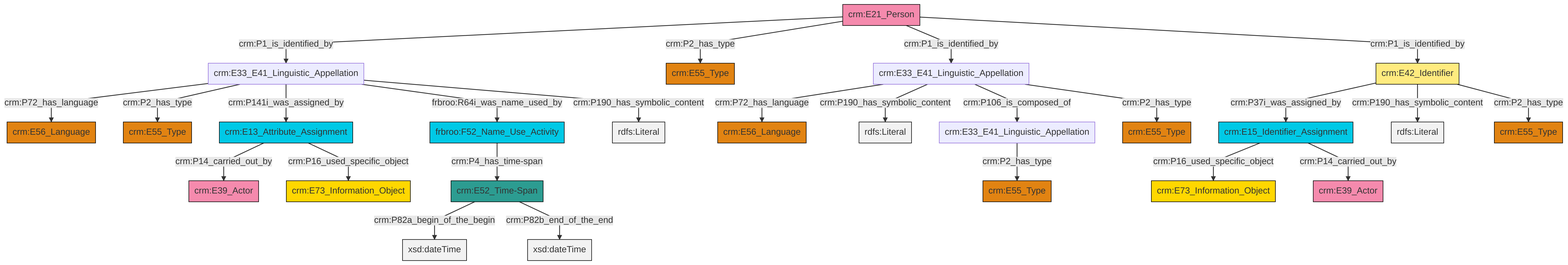
This is et/personCSV/ttl/mmd/png/Person_Names_and_Classification.png from swiss-art-research-net/reference-data-models, a Mermaid export, as it was before one commit. Its source is kept beside it as et/personCSV/ttl/mmd/Person_Names_and_Classification.ttl.mmd. The source it was exported from:
```mermaid
graph TD
classDef Literal fill:#f2f2f2,stroke:#000000;
classDef CRM_Entity fill:#FFFFFF,stroke:#000000;
classDef Temporal_Entity fill:#00C9E6, stroke:#000000;
classDef Type fill:#E18312, stroke:#000000;
classDef Time-Span fill:#2C9C91, stroke:#000000;
classDef Appellation fill:#FFEB7F, stroke:#000000;
classDef Place fill:#008836, stroke:#000000;
classDef Persistent_Item fill:#B266B2, stroke:#000000;
classDef Conceptual_Object fill:#FFD700, stroke:#000000;
classDef Physical_Thing fill:#D2B48C, stroke:#000000;
classDef Actor fill:#f58aad, stroke:#000000;
classDef PC_Classes fill:#4ce600, stroke:#000000;
classDef Multi fill:#cccccc,stroke:#000000;

2["crm:E33_E41_Linguistic_Appellation"]:::Default -->|crm:P72_has_language| 3["crm:E56_Language"]:::Type
2["crm:E33_E41_Linguistic_Appellation"]:::Default -->|crm:P190_has_symbolic_content| 6[rdfs:Literal]:::Literal
2["crm:E33_E41_Linguistic_Appellation"]:::Default -->|crm:P106_is_composed_of| 7["crm:E33_E41_Linguistic_Appellation"]:::Default
4["crm:E33_E41_Linguistic_Appellation"]:::Default -->|crm:P72_has_language| 13["crm:E56_Language"]:::Type
4["crm:E33_E41_Linguistic_Appellation"]:::Default -->|crm:P2_has_type| 14["crm:E55_Type"]:::Type
4["crm:E33_E41_Linguistic_Appellation"]:::Default -->|crm:P141i_was_assigned_by| 19["crm:E13_Attribute_Assignment"]:::Temporal_Entity
0["crm:E15_Identifier_Assignment"]:::Temporal_Entity -->|crm:P16_used_specific_object| 17["crm:E73_Information_Object"]:::Conceptual_Object
19["crm:E13_Attribute_Assignment"]:::Temporal_Entity -->|crm:P14_carried_out_by| 25["crm:E39_Actor"]:::Actor
19["crm:E13_Attribute_Assignment"]:::Temporal_Entity -->|crm:P16_used_specific_object| 26["crm:E73_Information_Object"]:::Conceptual_Object
27["crm:E42_Identifier"]:::Appellation -->|crm:P37i_was_assigned_by| 0["crm:E15_Identifier_Assignment"]:::Temporal_Entity
21["crm:E21_Person"]:::Actor -->|crm:P1_is_identified_by| 4["crm:E33_E41_Linguistic_Appellation"]:::Default
15["frbroo:F52_Name_Use_Activity"]:::Temporal_Entity -->|crm:P4_has_time-span| 29["crm:E52_Time-Span"]:::Time-Span
27["crm:E42_Identifier"]:::Appellation -->|crm:P190_has_symbolic_content| 30[rdfs:Literal]:::Literal
27["crm:E42_Identifier"]:::Appellation -->|crm:P2_has_type| 32["crm:E55_Type"]:::Type
21["crm:E21_Person"]:::Actor -->|crm:P2_has_type| 9["crm:E55_Type"]:::Type
4["crm:E33_E41_Linguistic_Appellation"]:::Default -->|frbroo:R64i_was_name_used_by| 15["frbroo:F52_Name_Use_Activity"]:::Temporal_Entity
21["crm:E21_Person"]:::Actor -->|crm:P1_is_identified_by| 2["crm:E33_E41_Linguistic_Appellation"]:::Default
29["crm:E52_Time-Span"]:::Time-Span -->|crm:P82a_begin_of_the_begin| 37[xsd:dateTime]:::Literal
7["crm:E33_E41_Linguistic_Appellation"]:::Default -->|crm:P2_has_type| 11["crm:E55_Type"]:::Type
21["crm:E21_Person"]:::Actor -->|crm:P1_is_identified_by| 27["crm:E42_Identifier"]:::Appellation
4["crm:E33_E41_Linguistic_Appellation"]:::Default -->|crm:P190_has_symbolic_content| 44[rdfs:Literal]:::Literal
2["crm:E33_E41_Linguistic_Appellation"]:::Default -->|crm:P2_has_type| 23["crm:E55_Type"]:::Type
29["crm:E52_Time-Span"]:::Time-Span -->|crm:P82b_end_of_the_end| 46[xsd:dateTime]:::Literal
0["crm:E15_Identifier_Assignment"]:::Temporal_Entity -->|crm:P14_carried_out_by| 40["crm:E39_Actor"]:::Actor
```
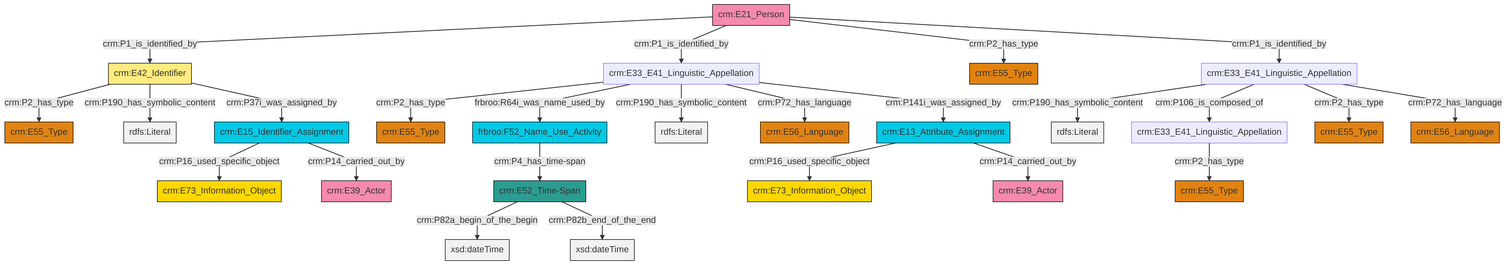
Above is the later version.

The edit, as a diff of the source:
```diff
@@ -13,27 +13,27 @@
 classDef PC_Classes fill:#4ce600, stroke:#000000;
 classDef Multi fill:#cccccc,stroke:#000000;
 
-2["crm:E33_E41_Linguistic_Appellation"]:::Default -->|crm:P72_has_language| 3["crm:E56_Language"]:::Type
-2["crm:E33_E41_Linguistic_Appellation"]:::Default -->|crm:P190_has_symbolic_content| 6[rdfs:Literal]:::Literal
-2["crm:E33_E41_Linguistic_Appellation"]:::Default -->|crm:P106_is_composed_of| 7["crm:E33_E41_Linguistic_Appellation"]:::Default
-4["crm:E33_E41_Linguistic_Appellation"]:::Default -->|crm:P72_has_language| 13["crm:E56_Language"]:::Type
-4["crm:E33_E41_Linguistic_Appellation"]:::Default -->|crm:P2_has_type| 14["crm:E55_Type"]:::Type
-4["crm:E33_E41_Linguistic_Appellation"]:::Default -->|crm:P141i_was_assigned_by| 19["crm:E13_Attribute_Assignment"]:::Temporal_Entity
-0["crm:E15_Identifier_Assignment"]:::Temporal_Entity -->|crm:P16_used_specific_object| 17["crm:E73_Information_Object"]:::Conceptual_Object
-19["crm:E13_Attribute_Assignment"]:::Temporal_Entity -->|crm:P14_carried_out_by| 25["crm:E39_Actor"]:::Actor
-19["crm:E13_Attribute_Assignment"]:::Temporal_Entity -->|crm:P16_used_specific_object| 26["crm:E73_Information_Object"]:::Conceptual_Object
-27["crm:E42_Identifier"]:::Appellation -->|crm:P37i_was_assigned_by| 0["crm:E15_Identifier_Assignment"]:::Temporal_Entity
-21["crm:E21_Person"]:::Actor -->|crm:P1_is_identified_by| 4["crm:E33_E41_Linguistic_Appellation"]:::Default
-15["frbroo:F52_Name_Use_Activity"]:::Temporal_Entity -->|crm:P4_has_time-span| 29["crm:E52_Time-Span"]:::Time-Span
-27["crm:E42_Identifier"]:::Appellation -->|crm:P190_has_symbolic_content| 30[rdfs:Literal]:::Literal
-27["crm:E42_Identifier"]:::Appellation -->|crm:P2_has_type| 32["crm:E55_Type"]:::Type
-21["crm:E21_Person"]:::Actor -->|crm:P2_has_type| 9["crm:E55_Type"]:::Type
-4["crm:E33_E41_Linguistic_Appellation"]:::Default -->|frbroo:R64i_was_name_used_by| 15["frbroo:F52_Name_Use_Activity"]:::Temporal_Entity
-21["crm:E21_Person"]:::Actor -->|crm:P1_is_identified_by| 2["crm:E33_E41_Linguistic_Appellation"]:::Default
-29["crm:E52_Time-Span"]:::Time-Span -->|crm:P82a_begin_of_the_begin| 37[xsd:dateTime]:::Literal
+0["crm:E21_Person"]:::Actor -->|crm:P1_is_identified_by| 1["crm:E42_Identifier"]:::Appellation
+3["crm:E52_Time-Span"]:::Time-Span -->|crm:P82a_begin_of_the_begin| 4[xsd:dateTime]:::Literal
+5["crm:E33_E41_Linguistic_Appellation"]:::Default -->|crm:P2_has_type| 6["crm:E55_Type"]:::Type
+7["crm:E33_E41_Linguistic_Appellation"]:::Default -->|crm:P190_has_symbolic_content| 8[rdfs:Literal]:::Literal
+5["crm:E33_E41_Linguistic_Appellation"]:::Default -->|frbroo:R64i_was_name_used_by| 9["frbroo:F52_Name_Use_Activity"]:::Temporal_Entity
+0["crm:E21_Person"]:::Actor -->|crm:P1_is_identified_by| 5["crm:E33_E41_Linguistic_Appellation"]:::Default
+1["crm:E42_Identifier"]:::Appellation -->|crm:P2_has_type| 15["crm:E55_Type"]:::Type
+16["crm:E13_Attribute_Assignment"]:::Temporal_Entity -->|crm:P16_used_specific_object| 17["crm:E73_Information_Object"]:::Conceptual_Object
+16["crm:E13_Attribute_Assignment"]:::Temporal_Entity -->|crm:P14_carried_out_by| 18["crm:E39_Actor"]:::Actor
+0["crm:E21_Person"]:::Actor -->|crm:P2_has_type| 19["crm:E55_Type"]:::Type
+5["crm:E33_E41_Linguistic_Appellation"]:::Default -->|crm:P190_has_symbolic_content| 21[rdfs:Literal]:::Literal
+13["crm:E15_Identifier_Assignment"]:::Temporal_Entity -->|crm:P16_used_specific_object| 22["crm:E73_Information_Object"]:::Conceptual_Object
+27["crm:E33_E41_Linguistic_Appellation"]:::Default -->|crm:P2_has_type| 23["crm:E55_Type"]:::Type
+1["crm:E42_Identifier"]:::Appellation -->|crm:P190_has_symbolic_content| 28[rdfs:Literal]:::Literal
+1["crm:E42_Identifier"]:::Appellation -->|crm:P37i_was_assigned_by| 13["crm:E15_Identifier_Assignment"]:::Temporal_Entity
+5["crm:E33_E41_Linguistic_Appellation"]:::Default -->|crm:P72_has_language| 37["crm:E56_Language"]:::Type
+7["crm:E33_E41_Linguistic_Appellation"]:::Default -->|crm:P106_is_composed_of| 27["crm:E33_E41_Linguistic_Appellation"]:::Default
 7["crm:E33_E41_Linguistic_Appellation"]:::Default -->|crm:P2_has_type| 11["crm:E55_Type"]:::Type
-21["crm:E21_Person"]:::Actor -->|crm:P1_is_identified_by| 27["crm:E42_Identifier"]:::Appellation
-4["crm:E33_E41_Linguistic_Appellation"]:::Default -->|crm:P190_has_symbolic_content| 44[rdfs:Literal]:::Literal
-2["crm:E33_E41_Linguistic_Appellation"]:::Default -->|crm:P2_has_type| 23["crm:E55_Type"]:::Type
-29["crm:E52_Time-Span"]:::Time-Span -->|crm:P82b_end_of_the_end| 46[xsd:dateTime]:::Literal
-0["crm:E15_Identifier_Assignment"]:::Temporal_Entity -->|crm:P14_carried_out_by| 40["crm:E39_Actor"]:::Actor
+5["crm:E33_E41_Linguistic_Appellation"]:::Default -->|crm:P141i_was_assigned_by| 16["crm:E13_Attribute_Assignment"]:::Temporal_Entity
+0["crm:E21_Person"]:::Actor -->|crm:P1_is_identified_by| 7["crm:E33_E41_Linguistic_Appellation"]:::Default
+7["crm:E33_E41_Linguistic_Appellation"]:::Default -->|crm:P72_has_language| 41["crm:E56_Language"]:::Type
+9["frbroo:F52_Name_Use_Activity"]:::Temporal_Entity -->|crm:P4_has_time-span| 3["crm:E52_Time-Span"]:::Time-Span
+13["crm:E15_Identifier_Assignment"]:::Temporal_Entity -->|crm:P14_carried_out_by| 30["crm:E39_Actor"]:::Actor
+3["crm:E52_Time-Span"]:::Time-Span -->|crm:P82b_end_of_the_end| 45[xsd:dateTime]:::Literal
```
